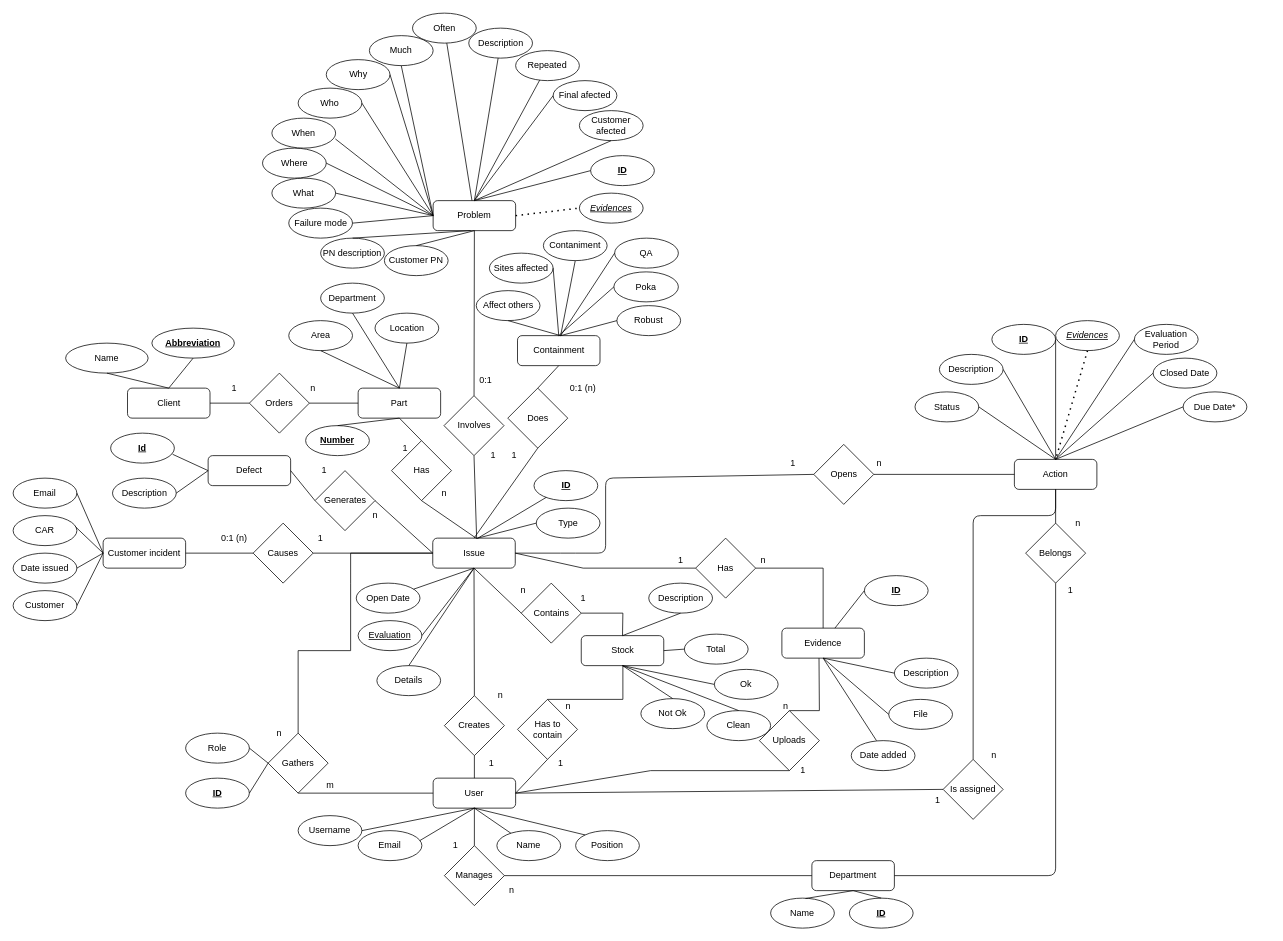
This is api/db/model/EntityRelationshipDiagram.drawio from FFahrenheit/ScrapActionListAPI, a draw.io file, before an edit. Source tidied: cells renumbered, new cells numbered last; positions are measured from the earlier drawing's top-left corner, leaving out a move shared by most shapes. Both pictures are drawn from the tidied source at 75%, with x=0, y=0 at pixel (13, 13).
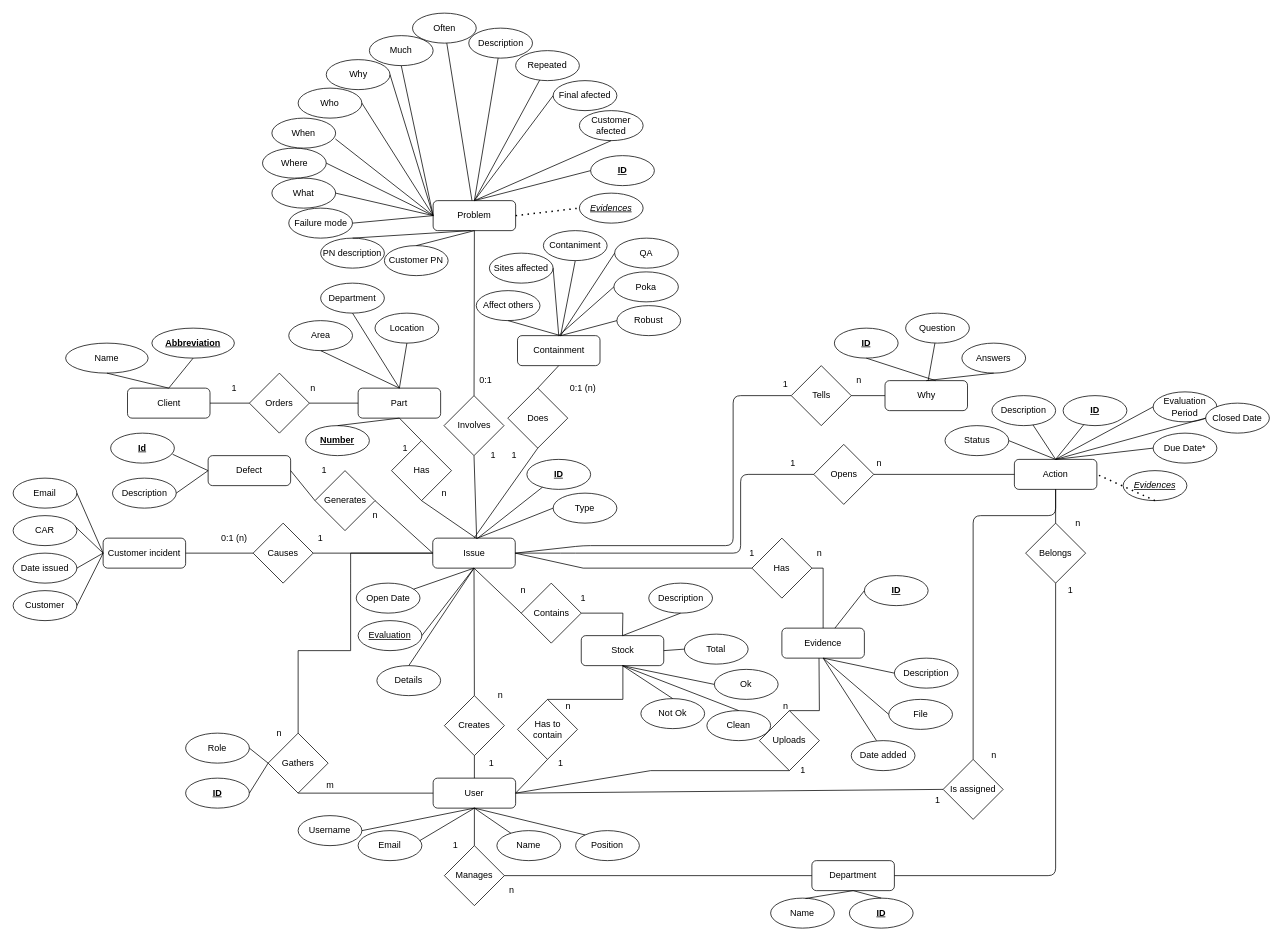
Above is the later version.

Unchanged cells that the change refers to:
```xml
<mxCell id="22" value="Issue" style="rounded=1;whiteSpace=wrap;html=1;" parent="1" vertex="1">
  <mxGeometry x="559.5" y="700" width="110" height="40" as="geometry" />
</mxCell>
<mxCell id="51" value="Opens" style="rhombus;whiteSpace=wrap;html=1;" parent="1" vertex="1">
  <mxGeometry x="1067.5" y="575" width="80" height="80" as="geometry" />
</mxCell>
<mxCell id="52" value="Action" style="rounded=1;whiteSpace=wrap;html=1;" parent="1" vertex="1">
  <mxGeometry x="1335" y="595" width="110" height="40" as="geometry" />
</mxCell>
```

The edit, as a diff of the source:
```diff
@@
     <mxCell id="53" style="endArrow=none;html=1;entryX=0;entryY=0.5;entryDx=0;entryDy=0;exitX=1;exitY=0.5;exitDx=0;exitDy=0;" parent="1" edge="1" source="22" target="51">
       <mxGeometry relative="1" as="geometry">
         <Array as="points">
           <mxPoint x="740" y="720" />
-          <mxPoint x="790" y="720" />
-          <mxPoint x="790" y="620" />
+          <mxPoint x="970" y="720" />
+          <mxPoint x="970" y="615" />
         </Array>
       </mxGeometry>
     </mxCell>
@@
     <mxCell id="73" value="Evaluation Period" style="ellipse;whiteSpace=wrap;html=1;" parent="1" vertex="1">
-      <mxGeometry x="1495" y="415" width="85" height="40" as="geometry" />
+      <mxGeometry x="1520" y="505" width="85" height="40" as="geometry" />
     </mxCell>
     <mxCell id="74" value="Due Date*" style="ellipse;whiteSpace=wrap;html=1;" parent="1" vertex="1">
-      <mxGeometry x="1560" y="505" width="85" height="40" as="geometry" />
+      <mxGeometry x="1520" y="560" width="85" height="40" as="geometry" />
     </mxCell>
     <mxCell id="75" value="Status" style="ellipse;whiteSpace=wrap;html=1;" parent="1" vertex="1">
-      <mxGeometry x="1202.5" y="505" width="85" height="40" as="geometry" />
+      <mxGeometry x="1242.5" y="550" width="85" height="40" as="geometry" />
     </mxCell>
     <mxCell id="76" value="Description" style="ellipse;whiteSpace=wrap;html=1;" parent="1" vertex="1">
-      <mxGeometry x="1235" y="455" width="85" height="40" as="geometry" />
+      <mxGeometry x="1305" y="510" width="85" height="40" as="geometry" />
     </mxCell>
     <mxCell id="77" value="Closed Date" style="ellipse;whiteSpace=wrap;html=1;" parent="1" vertex="1">
-      <mxGeometry x="1520" y="460" width="85" height="40" as="geometry" />
+      <mxGeometry x="1590" y="520" width="85" height="40" as="geometry" />
     </mxCell>
@@
-    <mxCell id="81" style="endArrow=none;html=1;entryX=1;entryY=0.5;entryDx=0;entryDy=0;exitX=0.5;exitY=0;exitDx=0;exitDy=0;" parent="1" edge="1" source="52" target="76">
+    <mxCell id="81" style="endArrow=none;html=1;exitX=0.5;exitY=0;exitDx=0;exitDy=0;" parent="1" edge="1" source="52" target="76">
       <mxGeometry relative="1" as="geometry" />
     </mxCell>
@@
     <mxCell id="83" value="&lt;b&gt;&lt;u&gt;ID&lt;/u&gt;&lt;/b&gt;" style="ellipse;whiteSpace=wrap;html=1;" parent="1" vertex="1">
-      <mxGeometry x="694.5" y="610" width="85" height="40" as="geometry" />
+      <mxGeometry x="685" y="595" width="85" height="40" as="geometry" />
     </mxCell>
@@
     <mxCell id="87" value="&lt;u&gt;&lt;b&gt;ID&lt;/b&gt;&lt;/u&gt;" style="ellipse;whiteSpace=wrap;html=1;" parent="1" vertex="1">
-      <mxGeometry x="1305" y="415" width="85" height="40" as="geometry" />
+      <mxGeometry x="1400" y="510" width="85" height="40" as="geometry" />
     </mxCell>
-    <mxCell id="88" style="endArrow=none;html=1;exitX=1;exitY=0.5;exitDx=0;exitDy=0;entryX=0.5;entryY=0;entryDx=0;entryDy=0;" parent="1" edge="1" source="87" target="52">
+    <mxCell id="88" style="endArrow=none;html=1;entryX=0.5;entryY=0;entryDx=0;entryDy=0;" parent="1" edge="1" source="87" target="52">
       <mxGeometry relative="1" as="geometry" />
     </mxCell>
@@
     <mxCell id="97" value="Type" style="ellipse;whiteSpace=wrap;html=1;" parent="1" vertex="1">
-      <mxGeometry x="697.5" y="660" width="85" height="40" as="geometry" />
+      <mxGeometry x="720" y="640" width="85" height="40" as="geometry" />
     </mxCell>
@@
     <mxCell id="172" value="Has" style="rhombus;whiteSpace=wrap;html=1;" parent="1" vertex="1">
-      <mxGeometry x="910" y="700" width="80" height="80" as="geometry" />
+      <mxGeometry x="985" y="700" width="80" height="80" as="geometry" />
     </mxCell>
@@
     <mxCell id="175" value="n" style="text;html=1;align=center;verticalAlign=middle;strokeColor=none;fillColor=none;" parent="1" vertex="1">
-      <mxGeometry x="990" y="720" width="20" height="20" as="geometry" />
+      <mxGeometry x="1065" y="710" width="20" height="20" as="geometry" />
     </mxCell>
     <mxCell id="176" value="1" style="text;html=1;align=center;verticalAlign=middle;strokeColor=none;fillColor=none;" parent="1" vertex="1">
-      <mxGeometry x="880" y="720" width="20" height="20" as="geometry" />
+      <mxGeometry x="975" y="710" width="20" height="20" as="geometry" />
     </mxCell>
@@
     <mxCell id="179" value="&lt;i&gt;&lt;u&gt;Evidences&lt;/u&gt;&lt;/i&gt;" style="ellipse;whiteSpace=wrap;html=1;" parent="1" vertex="1">
-      <mxGeometry x="1390" y="410" width="85" height="40" as="geometry" />
+      <mxGeometry x="1480" y="610" width="85" height="40" as="geometry" />
     </mxCell>
-    <mxCell id="180" style="endArrow=none;dashed=1;html=1;dashPattern=1 3;strokeWidth=2;rounded=0;entryX=0.5;entryY=0;entryDx=0;entryDy=0;exitX=0.5;exitY=1;exitDx=0;exitDy=0;" parent="1" edge="1" source="179" target="52">
+    <mxCell id="180" style="endArrow=none;dashed=1;html=1;dashPattern=1 3;strokeWidth=2;rounded=0;entryX=1;entryY=0.5;entryDx=0;entryDy=0;exitX=0.5;exitY=1;exitDx=0;exitDy=0;" parent="1" edge="1" source="179" target="52">
       <mxGeometry relative="1" as="geometry" />
     </mxCell>
@@
+    <mxCell id="220" value="Tells" style="rhombus;whiteSpace=wrap;html=1;" parent="1" vertex="1">
+      <mxGeometry x="1037.5" y="470" width="80" height="80" as="geometry" />
+    </mxCell>
+    <mxCell id="221" value="Why" style="rounded=1;whiteSpace=wrap;html=1;" parent="1" vertex="1">
+      <mxGeometry x="1162.5" y="490" width="110" height="40" as="geometry" />
+    </mxCell>
+    <mxCell id="222" style="endArrow=none;html=1;entryX=0;entryY=0.5;entryDx=0;entryDy=0;exitX=1;exitY=0.5;exitDx=0;exitDy=0;" parent="1" edge="1" source="22" target="220">
+      <mxGeometry relative="1" as="geometry">
+        <Array as="points">
+          <mxPoint x="760" y="710" />
+          <mxPoint x="960" y="710" />
+          <mxPoint x="960" y="510" />
+        </Array>
+      </mxGeometry>
+    </mxCell>
+    <mxCell id="223" style="endArrow=none;html=1;rounded=0;entryX=0;entryY=0.5;entryDx=0;entryDy=0;exitX=1;exitY=0.5;exitDx=0;exitDy=0;" parent="1" edge="1" source="220" target="221">
+      <mxGeometry relative="1" as="geometry" />
+    </mxCell>
+    <mxCell id="224" value="1" style="text;html=1;strokeColor=none;fillColor=none;align=center;verticalAlign=middle;whiteSpace=wrap;rounded=0;" parent="1" vertex="1">
+      <mxGeometry x="1010" y="485" width="40" height="20" as="geometry" />
+    </mxCell>
+    <mxCell id="225" value="n" style="text;html=1;strokeColor=none;fillColor=none;align=center;verticalAlign=middle;whiteSpace=wrap;rounded=0;" parent="1" vertex="1">
+      <mxGeometry x="1107.5" y="480" width="40" height="20" as="geometry" />
+    </mxCell>
+    <mxCell id="226" value="&lt;u&gt;&lt;b&gt;ID&lt;/b&gt;&lt;/u&gt;" style="ellipse;whiteSpace=wrap;html=1;" parent="1" vertex="1">
+      <mxGeometry x="1095" y="420" width="85" height="40" as="geometry" />
+    </mxCell>
+    <mxCell id="227" value="Question" style="ellipse;whiteSpace=wrap;html=1;" parent="1" vertex="1">
+      <mxGeometry x="1190" y="400" width="85" height="40" as="geometry" />
+    </mxCell>
+    <mxCell id="228" value="Answers" style="ellipse;whiteSpace=wrap;html=1;" parent="1" vertex="1">
+      <mxGeometry x="1265" y="440" width="85" height="40" as="geometry" />
+    </mxCell>
+    <mxCell id="229" style="endArrow=none;html=1;rounded=0;entryX=0.5;entryY=1;entryDx=0;entryDy=0;" parent="1" edge="1" target="226">
+      <mxGeometry relative="1" as="geometry">
+        <mxPoint x="1230" y="490" as="sourcePoint" />
+      </mxGeometry>
+    </mxCell>
+    <mxCell id="230" style="endArrow=none;html=1;rounded=0;" parent="1" edge="1" target="227">
+      <mxGeometry relative="1" as="geometry">
+        <mxPoint x="1220" y="490" as="sourcePoint" />
+      </mxGeometry>
+    </mxCell>
+    <mxCell id="231" style="endArrow=none;html=1;rounded=0;entryX=0.5;entryY=1;entryDx=0;entryDy=0;exitX=0.5;exitY=0;exitDx=0;exitDy=0;" parent="1" edge="1" source="221" target="228">
+      <mxGeometry relative="1" as="geometry" />
+    </mxCell>
```
